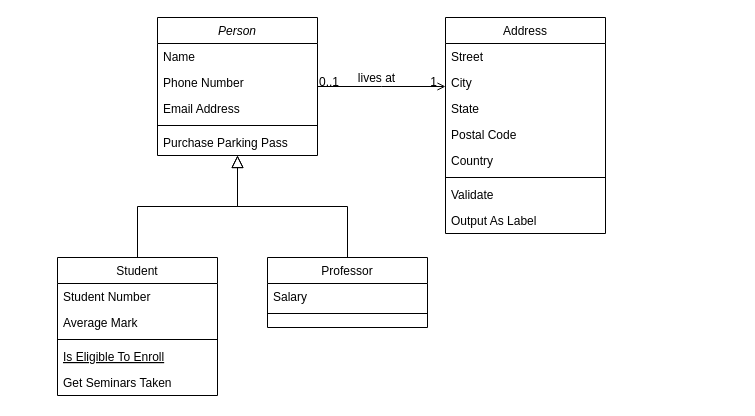
The draw.io diagram Escuela.drawio in Shmarte1970/drawIO, before the edit. Source tidied: cells renumbered, new cells numbered last; positions are measured from the earlier drawing's top-left corner, leaving out a move shared by most shapes. Both pictures are drawn from the tidied source at 100%, with x=0, y=0 at pixel (57, 17).
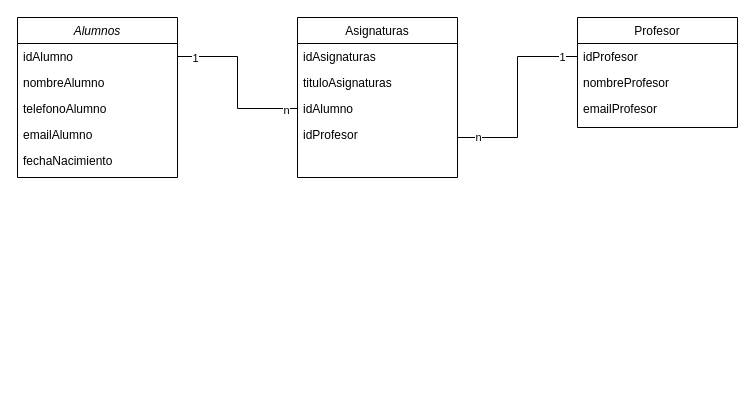
The same diagram, later.

Diff of the diagram source:
```diff
@@
-    <mxCell id="2" value="Person" style="swimlane;fontStyle=2;align=center;verticalAlign=top;horizontal=1;startSize=26;rounded=0;shadow=0;strokeWidth=1;" parent="1" vertex="1">
-      <mxGeometry x="100" width="160" height="138" as="geometry" />
+    <mxCell id="2" value="Alumnos" style="swimlane;fontStyle=2;align=center;verticalAlign=top;horizontal=1;startSize=26;rounded=0;shadow=0;strokeWidth=1;" parent="1" vertex="1">
+      <mxGeometry x="-40" width="160" height="160" as="geometry" />
     </mxCell>
-    <mxCell id="3" value="Name" style="text;align=left;verticalAlign=top;spacingLeft=4;spacingRight=4;overflow=hidden;points=[[0,0.5],[1,0.5]];portConstraint=eastwest;" parent="2" vertex="1">
+    <mxCell id="3" value="idAlumno" style="text;align=left;verticalAlign=top;spacingLeft=4;spacingRight=4;overflow=hidden;points=[[0,0.5],[1,0.5]];portConstraint=eastwest;" parent="2" vertex="1">
       <mxGeometry y="26" width="160" height="26" as="geometry" />
     </mxCell>
-    <mxCell id="4" value="Phone Number" style="text;align=left;verticalAlign=top;spacingLeft=4;spacingRight=4;overflow=hidden;rounded=0;shadow=0;html=0;" parent="2" vertex="1">
+    <mxCell id="4" value="nombreAlumno" style="text;align=left;verticalAlign=top;spacingLeft=4;spacingRight=4;overflow=hidden;rounded=0;shadow=0;html=0;" parent="2" vertex="1">
       <mxGeometry y="52" width="160" height="26" as="geometry" />
     </mxCell>
-    <mxCell id="5" value="Email Address" style="text;align=left;verticalAlign=top;spacingLeft=4;spacingRight=4;overflow=hidden;rounded=0;shadow=0;html=0;" parent="2" vertex="1">
+    <mxCell id="5" value="telefonoAlumno" style="text;align=left;verticalAlign=top;spacingLeft=4;spacingRight=4;overflow=hidden;rounded=0;shadow=0;html=0;" parent="2" vertex="1">
       <mxGeometry y="78" width="160" height="26" as="geometry" />
     </mxCell>
-    <mxCell id="6" style="line;html=1;strokeWidth=1;align=left;verticalAlign=middle;spacingTop=-1;spacingLeft=3;spacingRight=3;labelPosition=right;" parent="2" vertex="1">
-      <mxGeometry y="104" width="160" height="8" as="geometry" />
-    </mxCell>
-    <mxCell id="7" value="Purchase Parking Pass" style="text;align=left;verticalAlign=top;spacingLeft=4;spacingRight=4;overflow=hidden;" parent="2" vertex="1">
-      <mxGeometry y="112" width="160" height="26" as="geometry" />
+    <mxCell id="7" value="emailAlumno" style="text;align=left;verticalAlign=top;spacingLeft=4;spacingRight=4;overflow=hidden;" parent="2" vertex="1">
+      <mxGeometry y="104" width="160" height="26" as="geometry" />
     </mxCell>
-    <mxCell id="8" value="Student" style="swimlane;fontStyle=0;align=center;verticalAlign=top;horizontal=1;startSize=26;rounded=0;shadow=0;strokeWidth=1;" parent="1" vertex="1">
-      <mxGeometry y="240" width="160" height="138" as="geometry" />
-    </mxCell>
-    <mxCell id="9" value="Student Number" style="text;align=left;verticalAlign=top;spacingLeft=4;spacingRight=4;overflow=hidden;" parent="8" vertex="1">
-      <mxGeometry y="26" width="160" height="26" as="geometry" />
-    </mxCell>
-    <mxCell id="10" value="Average Mark" style="text;align=left;verticalAlign=top;spacingLeft=4;spacingRight=4;overflow=hidden;rounded=0;shadow=0;html=0;" parent="8" vertex="1">
-      <mxGeometry y="52" width="160" height="26" as="geometry" />
-    </mxCell>
-    <mxCell id="11" style="line;html=1;strokeWidth=1;align=left;verticalAlign=middle;spacingTop=-1;spacingLeft=3;spacingRight=3;labelPosition=right;" parent="8" vertex="1">
-      <mxGeometry y="78" width="160" height="8" as="geometry" />
-    </mxCell>
-    <mxCell id="12" value="Is Eligible To Enroll" style="text;align=left;verticalAlign=top;spacingLeft=4;spacingRight=4;overflow=hidden;fontStyle=4;" parent="8" vertex="1">
-      <mxGeometry y="86" width="160" height="26" as="geometry" />
-    </mxCell>
-    <mxCell id="13" value="Get Seminars Taken" style="text;align=left;verticalAlign=top;spacingLeft=4;spacingRight=4;overflow=hidden;" parent="8" vertex="1">
-      <mxGeometry y="112" width="160" height="26" as="geometry" />
-    </mxCell>
-    <mxCell id="14" style="endArrow=block;endSize=10;endFill=0;shadow=0;strokeWidth=1;rounded=0;edgeStyle=elbowEdgeStyle;elbow=vertical;" parent="1" edge="1" source="8" target="2">
-      <mxGeometry relative="1" as="geometry" />
-    </mxCell>
+    <mxCell id="32" value="fechaNacimiento" style="text;align=left;verticalAlign=top;spacingLeft=4;spacingRight=4;overflow=hidden;" parent="2" vertex="1">
+      <mxGeometry y="130" width="160" height="26" as="geometry" />
+    </mxCell>
-    <mxCell id="15" value="Professor" style="swimlane;fontStyle=0;align=center;verticalAlign=top;horizontal=1;startSize=26;rounded=0;shadow=0;strokeWidth=1;" parent="1" vertex="1">
-      <mxGeometry x="210" y="240" width="160" height="70" as="geometry" />
+    <mxCell id="15" value="Profesor" style="swimlane;fontStyle=0;align=center;verticalAlign=top;horizontal=1;startSize=26;rounded=0;shadow=0;strokeWidth=1;" parent="1" vertex="1">
+      <mxGeometry x="520" width="160" height="110" as="geometry" />
     </mxCell>
-    <mxCell id="16" value="Salary" style="text;align=left;verticalAlign=top;spacingLeft=4;spacingRight=4;overflow=hidden;points=[[0,0.5],[1,0.5]];portConstraint=eastwest;" parent="15" vertex="1">
+    <mxCell id="16" value="idProfesor" style="text;align=left;verticalAlign=top;spacingLeft=4;spacingRight=4;overflow=hidden;points=[[0,0.5],[1,0.5]];portConstraint=eastwest;" parent="15" vertex="1">
       <mxGeometry y="26" width="160" height="26" as="geometry" />
     </mxCell>
-    <mxCell id="17" style="line;html=1;strokeWidth=1;align=left;verticalAlign=middle;spacingTop=-1;spacingLeft=3;spacingRight=3;labelPosition=right;" parent="15" vertex="1">
-      <mxGeometry y="52" width="160" height="8" as="geometry" />
-    </mxCell>
-    <mxCell id="18" style="endArrow=block;endSize=10;endFill=0;shadow=0;strokeWidth=1;rounded=0;edgeStyle=elbowEdgeStyle;elbow=vertical;" parent="1" edge="1" source="15" target="2">
-      <mxGeometry relative="1" as="geometry" />
-    </mxCell>
+    <mxCell id="33" value="nombreProfesor" style="text;align=left;verticalAlign=top;spacingLeft=4;spacingRight=4;overflow=hidden;" parent="15" vertex="1">
+      <mxGeometry y="52" width="160" height="26" as="geometry" />
+    </mxCell>
+    <mxCell id="34" value="emailProfesor" style="text;align=left;verticalAlign=top;spacingLeft=4;spacingRight=4;overflow=hidden;" parent="15" vertex="1">
+      <mxGeometry y="78" width="160" height="26" as="geometry" />
+    </mxCell>
-    <mxCell id="19" value="Address" style="swimlane;fontStyle=0;align=center;verticalAlign=top;horizontal=1;startSize=26;rounded=0;shadow=0;strokeWidth=1;" parent="1" vertex="1">
-      <mxGeometry x="388" width="160" height="216" as="geometry" />
+    <mxCell id="19" value="Asignaturas" style="swimlane;fontStyle=0;align=center;verticalAlign=top;horizontal=1;startSize=26;rounded=0;shadow=0;strokeWidth=1;" parent="1" vertex="1">
+      <mxGeometry x="240" width="160" height="160" as="geometry" />
     </mxCell>
-    <mxCell id="20" value="Street" style="text;align=left;verticalAlign=top;spacingLeft=4;spacingRight=4;overflow=hidden;" parent="19" vertex="1">
+    <mxCell id="20" value="idAsignaturas" style="text;align=left;verticalAlign=top;spacingLeft=4;spacingRight=4;overflow=hidden;" parent="19" vertex="1">
       <mxGeometry y="26" width="160" height="26" as="geometry" />
     </mxCell>
-    <mxCell id="21" value="City" style="text;align=left;verticalAlign=top;spacingLeft=4;spacingRight=4;overflow=hidden;rounded=0;shadow=0;html=0;" parent="19" vertex="1">
+    <mxCell id="21" value="tituloAsignaturas" style="text;align=left;verticalAlign=top;spacingLeft=4;spacingRight=4;overflow=hidden;rounded=0;shadow=0;html=0;" parent="19" vertex="1">
       <mxGeometry y="52" width="160" height="26" as="geometry" />
     </mxCell>
-    <mxCell id="22" value="State" style="text;align=left;verticalAlign=top;spacingLeft=4;spacingRight=4;overflow=hidden;points=[[0,0.5],[1,0.5]];portConstraint=eastwest;rounded=0;shadow=0;html=0;" parent="19" vertex="1">
+    <mxCell id="22" value="idAlumno" style="text;align=left;verticalAlign=top;spacingLeft=4;spacingRight=4;overflow=hidden;points=[[0,0.5],[1,0.5]];portConstraint=eastwest;rounded=0;shadow=0;html=0;" parent="19" vertex="1">
       <mxGeometry y="78" width="160" height="26" as="geometry" />
     </mxCell>
-    <mxCell id="23" value="Postal Code" style="text;align=left;verticalAlign=top;spacingLeft=4;spacingRight=4;overflow=hidden;rounded=0;shadow=0;html=0;" parent="19" vertex="1">
+    <mxCell id="23" value="idProfesor" style="text;align=left;verticalAlign=top;spacingLeft=4;spacingRight=4;overflow=hidden;rounded=0;shadow=0;html=0;" parent="19" vertex="1">
       <mxGeometry y="104" width="160" height="26" as="geometry" />
     </mxCell>
-    <mxCell id="24" value="Country" style="text;align=left;verticalAlign=top;spacingLeft=4;spacingRight=4;overflow=hidden;rounded=0;shadow=0;html=0;" parent="19" vertex="1">
-      <mxGeometry y="130" width="160" height="26" as="geometry" />
-    </mxCell>
-    <mxCell id="25" style="line;html=1;strokeWidth=1;align=left;verticalAlign=middle;spacingTop=-1;spacingLeft=3;spacingRight=3;labelPosition=right;" parent="19" vertex="1">
-      <mxGeometry y="156" width="160" height="8" as="geometry" />
-    </mxCell>
-    <mxCell id="26" value="Validate" style="text;align=left;verticalAlign=top;spacingLeft=4;spacingRight=4;overflow=hidden;" parent="19" vertex="1">
-      <mxGeometry y="164" width="160" height="26" as="geometry" />
-    </mxCell>
-    <mxCell id="27" value="Output As Label" style="text;align=left;verticalAlign=top;spacingLeft=4;spacingRight=4;overflow=hidden;" parent="19" vertex="1">
-      <mxGeometry y="190" width="160" height="26" as="geometry" />
-    </mxCell>
-    <mxCell id="28" style="endArrow=open;shadow=0;strokeWidth=1;rounded=0;endFill=1;edgeStyle=elbowEdgeStyle;elbow=vertical;" parent="1" edge="1" source="2" target="19">
-      <mxGeometry x="0.5" y="41" relative="1" as="geometry">
-        <mxPoint x="-40" y="32" as="offset" />
-      </mxGeometry>
-    </mxCell>
-    <mxCell id="29" value="0..1" style="align=left;verticalAlign=bottom;labelBackgroundColor=none;fontSize=12;" parent="28" vertex="1">
-      <mxGeometry x="-1" relative="1" as="geometry">
-        <mxPoint y="4" as="offset" />
-      </mxGeometry>
-    </mxCell>
-    <mxCell id="30" value="1" style="align=right;verticalAlign=bottom;labelBackgroundColor=none;fontSize=12;" parent="28" vertex="1">
-      <mxGeometry x="1" relative="1" as="geometry">
-        <mxPoint x="-7" y="4" as="offset" />
-      </mxGeometry>
-    </mxCell>
-    <mxCell id="31" value="lives at" style="text;html=1;align=center;verticalAlign=middle;labelBackgroundColor=none;rounded=0;shadow=0;strokeWidth=1;fontSize=12;" parent="28" vertex="1">
-      <mxGeometry x="0.5" y="49" relative="1" as="geometry">
-        <mxPoint x="-38" y="40" as="offset" />
-      </mxGeometry>
-    </mxCell>
+    <mxCell id="35" style="edgeStyle=orthogonalEdgeStyle;rounded=0;jettySize=auto;html=1;exitX=1;exitY=0.5;exitDx=0;exitDy=0;entryX=0;entryY=0.5;entryDx=0;entryDy=0;endArrow=none;endFill=0;" parent="1" edge="1" source="3" target="22">
+      <mxGeometry relative="1" as="geometry" />
+    </mxCell>
+    <mxCell id="36" value="1" style="edgeLabel;html=1;align=center;verticalAlign=middle;" parent="35" vertex="1">
+      <mxGeometry x="-0.8" y="-1" relative="1" as="geometry" />
+    </mxCell>
+    <mxCell id="37" value="n" style="edgeLabel;html=1;align=center;verticalAlign=middle;" parent="35" vertex="1">
+      <mxGeometry x="0.86" y="-1" relative="1" as="geometry" />
+    </mxCell>
+    <mxCell id="38" style="edgeStyle=orthogonalEdgeStyle;rounded=0;jettySize=auto;html=1;exitX=0;exitY=0.5;exitDx=0;exitDy=0;entryX=1;entryY=0.75;entryDx=0;entryDy=0;endArrow=none;endFill=0;" parent="1" edge="1" source="16" target="19">
+      <mxGeometry relative="1" as="geometry" />
+    </mxCell>
+    <mxCell id="39" value="1" style="edgeLabel;html=1;align=center;verticalAlign=middle;" parent="38" vertex="1">
+      <mxGeometry x="-0.84" relative="1" as="geometry" />
+    </mxCell>
+    <mxCell id="40" value="n" style="edgeLabel;html=1;align=center;verticalAlign=middle;" parent="38" vertex="1">
+      <mxGeometry x="0.8" y="-1" relative="1" as="geometry" />
+    </mxCell>
```
